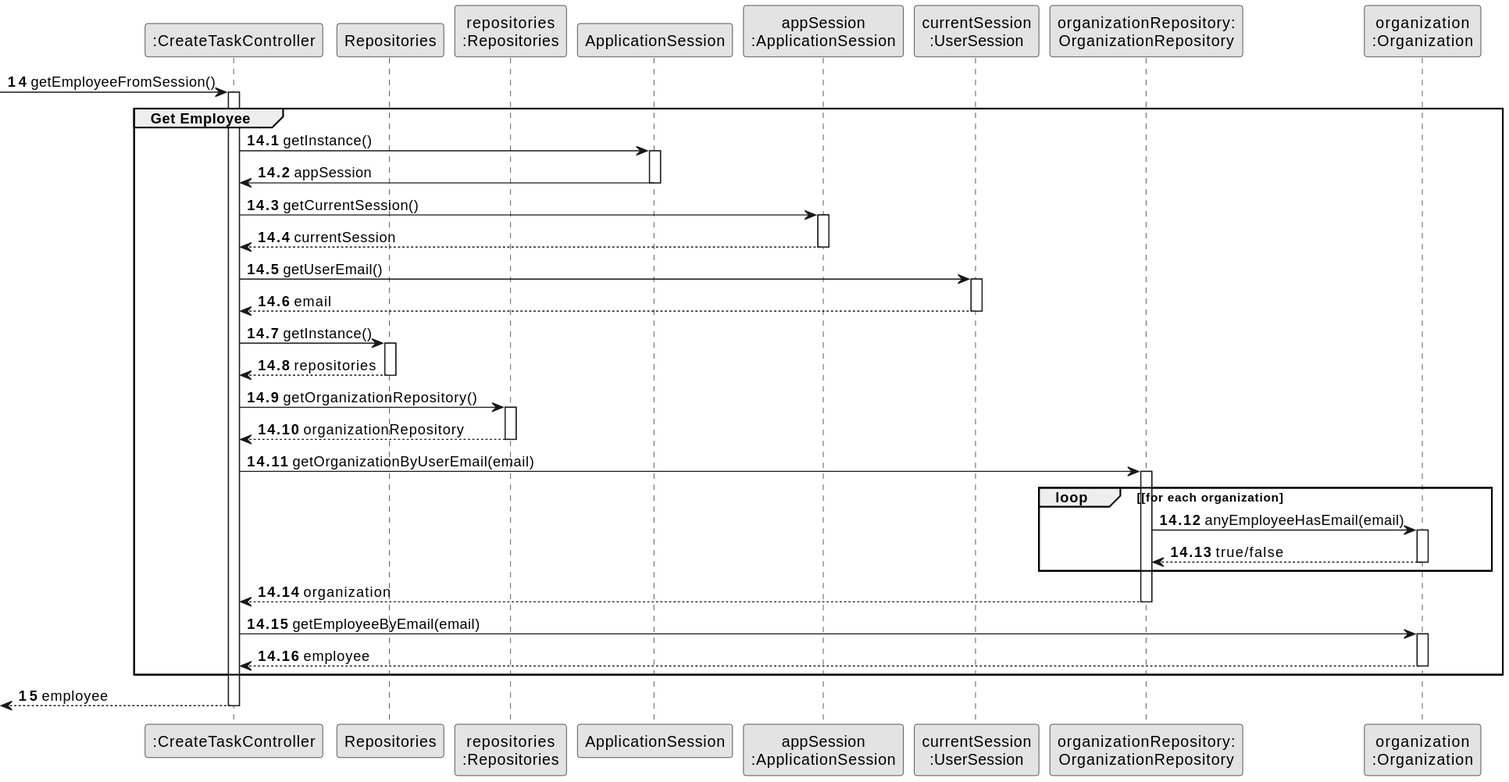
Earlier version of the PlantUML export docs/system-documentation/US002/03.design/svg/US006-SD-partial-get-employee.svg (bruno-monteiro5/sem2-pi-24.25-g132-repo).
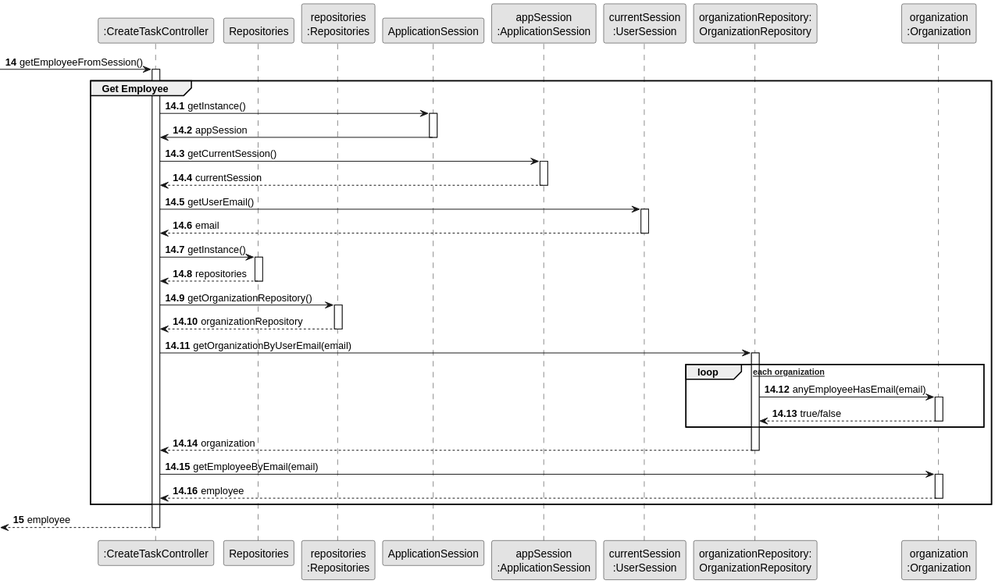
Above is the later version.

The edit, as a diff of the source:
```diff
@@ -46,7 +46,7 @@
         CTRL -> ORG_REPO: getOrganizationByUserEmail(email)
         activate ORG_REPO
 
-            loop [for each organization
+            loop [for each organization]
                 ORG_REPO -> ORG : anyEmployeeHasEmail(email)
                 activate ORG
                      ORG --> ORG_REPO : true/false
```
